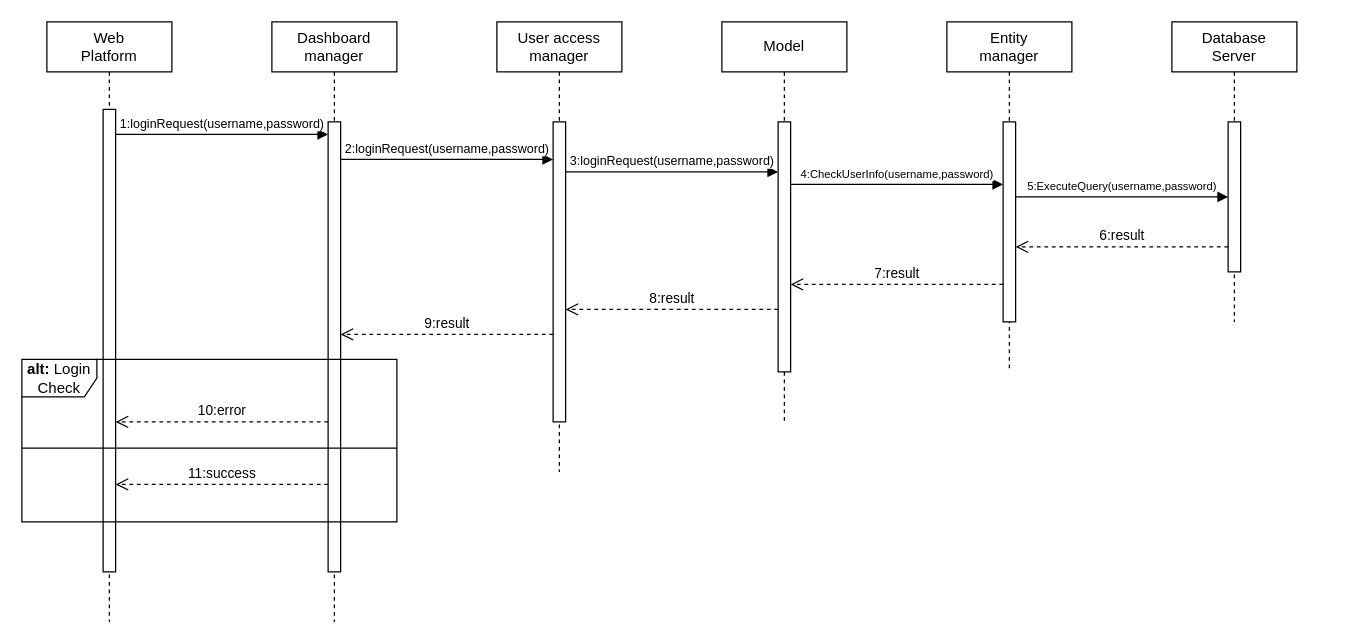
mttcrn/software-engineering-II-project keeps this draw.io diagram as page "Login" (2 of 18) of diagrams/Runtime diagrams/RuntimeDiagrams.drawio. Above is the earlier version. Source tidied: cells renumbered, new cells numbered last; positions are measured from the earlier drawing's top-left corner, leaving out a move shared by most shapes. Both pictures are drawn from the tidied source at 125%, with x=0, y=0 at pixel (21, 21).
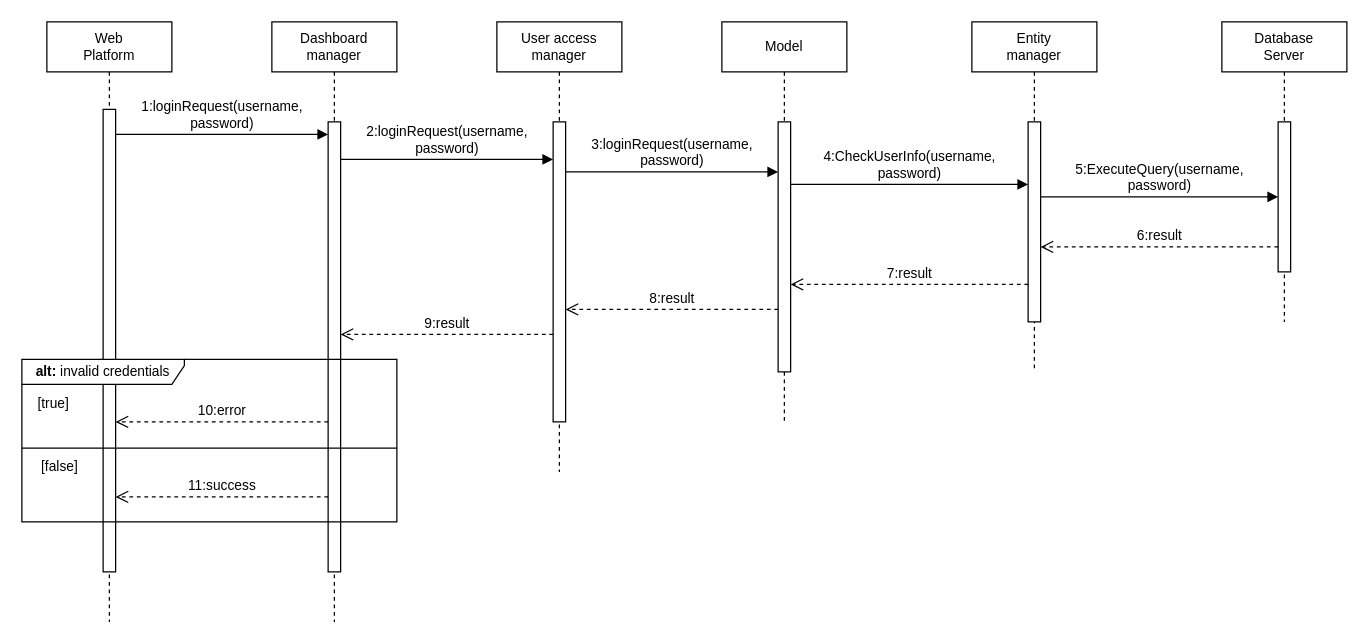
The same page after the edit.

Change to the diagram source:
```diff
@@
-    <mxCell id="2" value="Web&lt;br&gt;Platform" style="shape=umlLifeline;perimeter=lifelinePerimeter;whiteSpace=wrap;html=1;newEdgeStyle={&quot;curved&quot;:0,&quot;rounded&quot;:0};" parent="1" vertex="1">
+    <mxCell id="2" value="Web&lt;br style=&quot;font-size: 11px;&quot;&gt;Platform" style="shape=umlLifeline;perimeter=lifelinePerimeter;whiteSpace=wrap;html=1;newEdgeStyle={&quot;curved&quot;:0,&quot;rounded&quot;:0};fontSize=11;" parent="1" vertex="1">
       <mxGeometry x="20" width="100" height="480" as="geometry" />
     </mxCell>
-    <mxCell id="3" style="html=1;points=[[0,0,0,0,5],[0,1,0,0,-5],[1,0,0,0,5],[1,1,0,0,-5]];perimeter=orthogonalPerimeter;outlineConnect=0;targetShapes=umlLifeline;portConstraint=eastwest;newEdgeStyle={&quot;curved&quot;:0,&quot;rounded&quot;:0};" parent="2" vertex="1">
+    <mxCell id="3" style="html=1;points=[[0,0,0,0,5],[0,1,0,0,-5],[1,0,0,0,5],[1,1,0,0,-5]];perimeter=orthogonalPerimeter;outlineConnect=0;targetShapes=umlLifeline;portConstraint=eastwest;newEdgeStyle={&quot;curved&quot;:0,&quot;rounded&quot;:0};fontSize=11;" parent="2" vertex="1">
       <mxGeometry x="45" y="70" width="10" height="370" as="geometry" />
     </mxCell>
-    <mxCell id="4" value="Dashboard&lt;br&gt;manager" style="shape=umlLifeline;perimeter=lifelinePerimeter;whiteSpace=wrap;html=1;newEdgeStyle={&quot;curved&quot;:0,&quot;rounded&quot;:0};" parent="1" vertex="1">
+    <mxCell id="4" value="Dashboard&lt;br style=&quot;font-size: 11px;&quot;&gt;manager" style="shape=umlLifeline;perimeter=lifelinePerimeter;whiteSpace=wrap;html=1;newEdgeStyle={&quot;curved&quot;:0,&quot;rounded&quot;:0};fontSize=11;" parent="1" vertex="1">
       <mxGeometry x="200" width="100" height="480" as="geometry" />
     </mxCell>
-    <mxCell id="5" style="html=1;points=[[0,0,0,0,5],[0,1,0,0,-5],[1,0,0,0,5],[1,1,0,0,-5]];perimeter=orthogonalPerimeter;outlineConnect=0;targetShapes=umlLifeline;portConstraint=eastwest;newEdgeStyle={&quot;curved&quot;:0,&quot;rounded&quot;:0};" parent="4" vertex="1">
+    <mxCell id="5" style="html=1;points=[[0,0,0,0,5],[0,1,0,0,-5],[1,0,0,0,5],[1,1,0,0,-5]];perimeter=orthogonalPerimeter;outlineConnect=0;targetShapes=umlLifeline;portConstraint=eastwest;newEdgeStyle={&quot;curved&quot;:0,&quot;rounded&quot;:0};fontSize=11;" parent="4" vertex="1">
       <mxGeometry x="45" y="80" width="10" height="360" as="geometry" />
     </mxCell>
-    <mxCell id="6" value="Entity&lt;br&gt;manager" style="shape=umlLifeline;perimeter=lifelinePerimeter;whiteSpace=wrap;html=1;newEdgeStyle={&quot;curved&quot;:0,&quot;rounded&quot;:0};" parent="1" vertex="1">
-      <mxGeometry x="740" width="100" height="280" as="geometry" />
+    <mxCell id="6" value="Entity&lt;br style=&quot;font-size: 11px;&quot;&gt;manager" style="shape=umlLifeline;perimeter=lifelinePerimeter;whiteSpace=wrap;html=1;newEdgeStyle={&quot;curved&quot;:0,&quot;rounded&quot;:0};fontSize=11;" parent="1" vertex="1">
+      <mxGeometry x="760" width="100" height="280" as="geometry" />
     </mxCell>
-    <mxCell id="7" style="html=1;points=[[0,0,0,0,5],[0,1,0,0,-5],[1,0,0,0,5],[1,1,0,0,-5]];perimeter=orthogonalPerimeter;outlineConnect=0;targetShapes=umlLifeline;portConstraint=eastwest;newEdgeStyle={&quot;curved&quot;:0,&quot;rounded&quot;:0};" parent="6" vertex="1">
+    <mxCell id="7" style="html=1;points=[[0,0,0,0,5],[0,1,0,0,-5],[1,0,0,0,5],[1,1,0,0,-5]];perimeter=orthogonalPerimeter;outlineConnect=0;targetShapes=umlLifeline;portConstraint=eastwest;newEdgeStyle={&quot;curved&quot;:0,&quot;rounded&quot;:0};fontSize=11;" parent="6" vertex="1">
       <mxGeometry x="45" y="80" width="10" height="160" as="geometry" />
     </mxCell>
-    <mxCell id="8" value="Model" style="shape=umlLifeline;perimeter=lifelinePerimeter;whiteSpace=wrap;html=1;newEdgeStyle={&quot;curved&quot;:0,&quot;rounded&quot;:0};" parent="1" vertex="1">
+    <mxCell id="8" value="Model" style="shape=umlLifeline;perimeter=lifelinePerimeter;whiteSpace=wrap;html=1;newEdgeStyle={&quot;curved&quot;:0,&quot;rounded&quot;:0};fontSize=11;" parent="1" vertex="1">
       <mxGeometry x="560" width="100" height="320" as="geometry" />
     </mxCell>
-    <mxCell id="9" style="html=1;points=[[0,0,0,0,5],[0,1,0,0,-5],[1,0,0,0,5],[1,1,0,0,-5]];perimeter=orthogonalPerimeter;outlineConnect=0;targetShapes=umlLifeline;portConstraint=eastwest;newEdgeStyle={&quot;curved&quot;:0,&quot;rounded&quot;:0};" parent="8" vertex="1">
+    <mxCell id="9" style="html=1;points=[[0,0,0,0,5],[0,1,0,0,-5],[1,0,0,0,5],[1,1,0,0,-5]];perimeter=orthogonalPerimeter;outlineConnect=0;targetShapes=umlLifeline;portConstraint=eastwest;newEdgeStyle={&quot;curved&quot;:0,&quot;rounded&quot;:0};fontSize=11;" parent="8" vertex="1">
       <mxGeometry x="45" y="80" width="10" height="200" as="geometry" />
     </mxCell>
-    <mxCell id="10" value="User access&lt;br&gt;manager" style="shape=umlLifeline;perimeter=lifelinePerimeter;whiteSpace=wrap;html=1;newEdgeStyle={&quot;curved&quot;:0,&quot;rounded&quot;:0};" parent="1" vertex="1">
+    <mxCell id="10" value="User access&lt;br style=&quot;font-size: 11px;&quot;&gt;manager" style="shape=umlLifeline;perimeter=lifelinePerimeter;whiteSpace=wrap;html=1;newEdgeStyle={&quot;curved&quot;:0,&quot;rounded&quot;:0};fontSize=11;" parent="1" vertex="1">
       <mxGeometry x="380" width="100" height="360" as="geometry" />
     </mxCell>
-    <mxCell id="11" style="html=1;points=[[0,0,0,0,5],[0,1,0,0,-5],[1,0,0,0,5],[1,1,0,0,-5]];perimeter=orthogonalPerimeter;outlineConnect=0;targetShapes=umlLifeline;portConstraint=eastwest;newEdgeStyle={&quot;curved&quot;:0,&quot;rounded&quot;:0};" parent="10" vertex="1">
+    <mxCell id="11" style="html=1;points=[[0,0,0,0,5],[0,1,0,0,-5],[1,0,0,0,5],[1,1,0,0,-5]];perimeter=orthogonalPerimeter;outlineConnect=0;targetShapes=umlLifeline;portConstraint=eastwest;newEdgeStyle={&quot;curved&quot;:0,&quot;rounded&quot;:0};fontSize=11;" parent="10" vertex="1">
       <mxGeometry x="45" y="80" width="10" height="240" as="geometry" />
     </mxCell>
-    <mxCell id="12" value="Database&lt;br&gt;Server" style="shape=umlLifeline;perimeter=lifelinePerimeter;whiteSpace=wrap;html=1;newEdgeStyle={&quot;curved&quot;:0,&quot;rounded&quot;:0};" parent="1" vertex="1">
-      <mxGeometry x="920" width="100" height="240" as="geometry" />
+    <mxCell id="12" value="Database&lt;br style=&quot;font-size: 11px;&quot;&gt;Server" style="shape=umlLifeline;perimeter=lifelinePerimeter;whiteSpace=wrap;html=1;newEdgeStyle={&quot;curved&quot;:0,&quot;rounded&quot;:0};fontSize=11;" parent="1" vertex="1">
+      <mxGeometry x="960" width="100" height="240" as="geometry" />
     </mxCell>
-    <mxCell id="13" style="html=1;points=[[0,0,0,0,5],[0,1,0,0,-5],[1,0,0,0,5],[1,1,0,0,-5]];perimeter=orthogonalPerimeter;outlineConnect=0;targetShapes=umlLifeline;portConstraint=eastwest;newEdgeStyle={&quot;curved&quot;:0,&quot;rounded&quot;:0};" parent="12" vertex="1">
+    <mxCell id="13" style="html=1;points=[[0,0,0,0,5],[0,1,0,0,-5],[1,0,0,0,5],[1,1,0,0,-5]];perimeter=orthogonalPerimeter;outlineConnect=0;targetShapes=umlLifeline;portConstraint=eastwest;newEdgeStyle={&quot;curved&quot;:0,&quot;rounded&quot;:0};fontSize=11;" parent="12" vertex="1">
       <mxGeometry x="45" y="80" width="10" height="120" as="geometry" />
     </mxCell>
-    <mxCell id="14" value="&lt;font style=&quot;font-size: 10px;&quot;&gt;1:loginRequest(username,password)&lt;/font&gt;" style="html=1;verticalAlign=bottom;endArrow=block;curved=0;rounded=0;" parent="1" edge="1" source="3" target="5">
+    <mxCell id="14" value="&lt;font style=&quot;font-size: 11px;&quot;&gt;1:loginRequest(username,&lt;br&gt;password)&lt;/font&gt;" style="html=1;verticalAlign=bottom;endArrow=block;curved=0;rounded=0;fontSize=11;" parent="1" edge="1" source="3" target="5">
       <mxGeometry relative="1" as="geometry">
         <Array as="points">
           <mxPoint x="170" y="90" />
         </Array>
       </mxGeometry>
     </mxCell>
-    <mxCell id="15" value="&lt;font style=&quot;font-size: 10px;&quot;&gt;2:loginRequest(username,password)&lt;/font&gt;" style="html=1;verticalAlign=bottom;endArrow=block;curved=0;rounded=0;" parent="1" edge="1" source="5" target="11">
+    <mxCell id="15" value="&lt;font style=&quot;font-size: 11px;&quot;&gt;2:loginRequest(username,&lt;br&gt;password)&lt;/font&gt;" style="html=1;verticalAlign=bottom;endArrow=block;curved=0;rounded=0;fontSize=11;" parent="1" edge="1" source="5" target="11">
       <mxGeometry relative="1" as="geometry">
         <Array as="points">
           <mxPoint x="340" y="110" />
         </Array>
       </mxGeometry>
     </mxCell>
-    <mxCell id="16" value="&lt;font style=&quot;font-size: 10px;&quot;&gt;3:loginRequest(username,password)&lt;/font&gt;" style="html=1;verticalAlign=bottom;endArrow=block;curved=0;rounded=0;" parent="1" edge="1" source="11" target="9">
+    <mxCell id="16" value="&lt;font style=&quot;font-size: 11px;&quot;&gt;3:loginRequest(username,&lt;br&gt;password)&lt;/font&gt;" style="html=1;verticalAlign=bottom;endArrow=block;curved=0;rounded=0;fontSize=11;" parent="1" edge="1" source="11" target="9">
       <mxGeometry relative="1" as="geometry">
         <Array as="points">
           <mxPoint x="530" y="120" />
         </Array>
       </mxGeometry>
     </mxCell>
-    <mxCell id="17" value="&lt;font style=&quot;font-size: 9px;&quot;&gt;4:CheckUserInfo(username,password)&lt;/font&gt;" style="html=1;verticalAlign=bottom;endArrow=block;curved=0;rounded=0;" parent="1" edge="1" source="9" target="7">
+    <mxCell id="17" value="&lt;font style=&quot;font-size: 11px;&quot;&gt;4:CheckUserInfo(username,&lt;br&gt;password)&lt;/font&gt;" style="html=1;verticalAlign=bottom;endArrow=block;curved=0;rounded=0;fontSize=11;" parent="1" edge="1" source="9" target="7">
       <mxGeometry relative="1" as="geometry">
         <Array as="points">
           <mxPoint x="710" y="130" />
         </Array>
       </mxGeometry>
     </mxCell>
-    <mxCell id="18" value="&lt;font style=&quot;font-size: 9px;&quot;&gt;5:ExecuteQuery(username,password)&lt;/font&gt;" style="html=1;verticalAlign=bottom;endArrow=block;curved=0;rounded=0;" parent="1" edge="1" source="7" target="13">
+    <mxCell id="18" value="&lt;font style=&quot;font-size: 11px;&quot;&gt;5:ExecuteQuery(username,&lt;br&gt;password)&lt;/font&gt;" style="html=1;verticalAlign=bottom;endArrow=block;curved=0;rounded=0;fontSize=11;" parent="1" edge="1" source="7" target="13">
       <mxGeometry relative="1" as="geometry">
         <Array as="points">
           <mxPoint x="880" y="140" />
         </Array>
       </mxGeometry>
     </mxCell>
-    <mxCell id="19" value="6:result" style="html=1;verticalAlign=bottom;endArrow=open;dashed=1;endSize=8;curved=0;rounded=0;" parent="1" edge="1" source="13" target="7">
+    <mxCell id="19" value="6:result" style="html=1;verticalAlign=bottom;endArrow=open;dashed=1;endSize=8;curved=0;rounded=0;fontSize=11;" parent="1" edge="1" source="13" target="7">
       <mxGeometry relative="1" as="geometry">
         <Array as="points">
           <mxPoint x="870" y="180" />
         </Array>
       </mxGeometry>
     </mxCell>
-    <mxCell id="20" value="7:result" style="html=1;verticalAlign=bottom;endArrow=open;dashed=1;endSize=8;curved=0;rounded=0;" parent="1" edge="1" source="7" target="9">
+    <mxCell id="20" value="7:result" style="html=1;verticalAlign=bottom;endArrow=open;dashed=1;endSize=8;curved=0;rounded=0;fontSize=11;" parent="1" edge="1" source="7" target="9">
       <mxGeometry relative="1" as="geometry">
         <Array as="points">
           <mxPoint x="700" y="210" />
         </Array>
       </mxGeometry>
     </mxCell>
-    <mxCell id="21" value="8:result" style="html=1;verticalAlign=bottom;endArrow=open;dashed=1;endSize=8;curved=0;rounded=0;" parent="1" edge="1" source="9" target="11">
+    <mxCell id="21" value="8:result" style="html=1;verticalAlign=bottom;endArrow=open;dashed=1;endSize=8;curved=0;rounded=0;fontSize=11;" parent="1" edge="1" source="9" target="11">
       <mxGeometry relative="1" as="geometry">
         <Array as="points">
           <mxPoint x="530" y="230" />
         </Array>
       </mxGeometry>
     </mxCell>
-    <mxCell id="22" value="9:result" style="html=1;verticalAlign=bottom;endArrow=open;dashed=1;endSize=8;curved=0;rounded=0;" parent="1" edge="1" source="11" target="5">
+    <mxCell id="22" value="9:result" style="html=1;verticalAlign=bottom;endArrow=open;dashed=1;endSize=8;curved=0;rounded=0;fontSize=11;" parent="1" edge="1" source="11" target="5">
       <mxGeometry relative="1" as="geometry">
         <Array as="points">
           <mxPoint x="350" y="250" />
         </Array>
       </mxGeometry>
     </mxCell>
-    <mxCell id="23" value="&lt;b&gt;alt: &lt;/b&gt;Login&lt;br&gt;Check" style="shape=umlFrame;whiteSpace=wrap;html=1;" parent="1" vertex="1">
+    <mxCell id="23" value="&lt;b style=&quot;font-size: 11px;&quot;&gt;alt: &lt;/b&gt;&lt;span style=&quot;font-size: 11px;&quot;&gt;invalid credentials&lt;/span&gt;" style="shape=umlFrame;whiteSpace=wrap;html=1;fontSize=11;width=130;height=20;" parent="1" vertex="1">
       <mxGeometry y="270" width="300" height="130" as="geometry" />
     </mxCell>
-    <mxCell id="24" value="10:error" style="html=1;verticalAlign=bottom;endArrow=open;dashed=1;endSize=8;curved=0;rounded=0;" parent="1" edge="1" source="5" target="3">
+    <mxCell id="24" value="10:error" style="html=1;verticalAlign=bottom;endArrow=open;dashed=1;endSize=8;curved=0;rounded=0;fontSize=11;" parent="1" edge="1" source="5" target="3">
       <mxGeometry relative="1" as="geometry">
         <Array as="points">
           <mxPoint x="170" y="320" />
         </Array>
       </mxGeometry>
     </mxCell>
-    <mxCell id="25" style="line;strokeWidth=1;fillColor=none;align=left;verticalAlign=middle;spacingTop=-1;spacingLeft=3;spacingRight=3;labelPosition=right;strokeColor=inherit;" parent="1" vertex="1">
+    <mxCell id="25" style="line;strokeWidth=1;fillColor=none;align=left;verticalAlign=middle;spacingTop=-1;spacingLeft=3;spacingRight=3;labelPosition=right;strokeColor=inherit;fontSize=11;" parent="1" vertex="1">
       <mxGeometry y="337" width="300" height="8" as="geometry" />
     </mxCell>
-    <mxCell id="26" value="11:success" style="html=1;verticalAlign=bottom;endArrow=open;dashed=1;endSize=8;curved=0;rounded=0;" parent="1" edge="1" source="5" target="3">
+    <mxCell id="26" value="11:success" style="html=1;verticalAlign=bottom;endArrow=open;dashed=1;endSize=8;curved=0;rounded=0;fontSize=11;" parent="1" edge="1">
       <mxGeometry relative="1" as="geometry">
+        <mxPoint x="245" y="380" as="sourcePoint" />
+        <mxPoint x="75" y="380" as="targetPoint" />
         <Array as="points">
-          <mxPoint x="160" y="370" />
+          <mxPoint x="160" y="380" />
         </Array>
       </mxGeometry>
     </mxCell>
+    <mxCell id="27" value="&lt;font style=&quot;font-size: 11px;&quot;&gt;[false]&lt;/font&gt;" style="text;html=1;align=center;verticalAlign=middle;strokeColor=none;fillColor=none;" parent="1" vertex="1">
+      <mxGeometry x="5" y="341" width="50" height="30" as="geometry" />
+    </mxCell>
+    <mxCell id="28" value="&lt;font style=&quot;font-size: 11px;&quot;&gt;[true]&lt;/font&gt;" style="text;html=1;align=center;verticalAlign=middle;strokeColor=none;fillColor=none;" parent="1" vertex="1">
+      <mxGeometry y="290" width="50" height="30" as="geometry" />
+    </mxCell>
```
